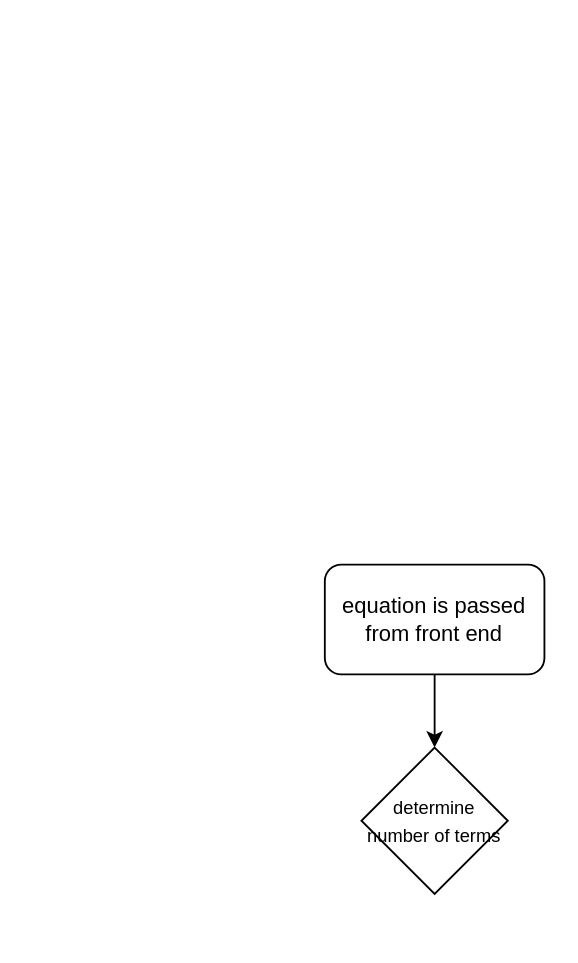
This is page "Page-1" (1 of 2) of important stuff/factoring parser logic.drawio from destroyer183/calculator-stuff, a draw.io file, before an edit. Source tidied: cells renumbered, new cells numbered last; positions are measured from the earlier drawing's top-left corner, leaving out a move shared by most shapes. Both pictures are drawn from the tidied source at 183%, with x=0, y=0 at pixel (324, 564).
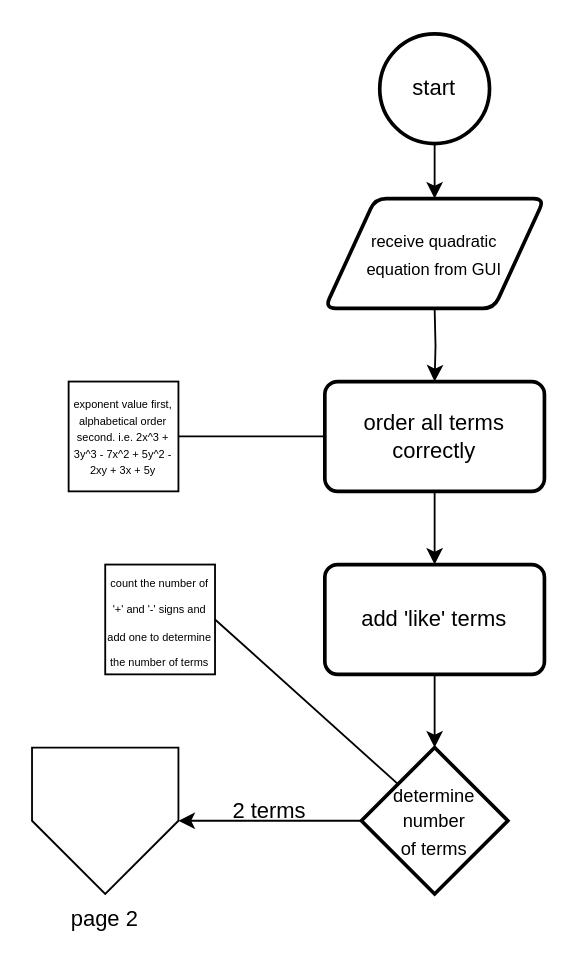
The same page after the edit.

Diff of the diagram source:
```diff
@@
-    <mxCell id="2" style="edgeStyle=orthogonalEdgeStyle;rounded=0;jettySize=auto;html=1;entryX=0.5;entryY=0;entryDx=0;entryDy=0;" parent="1" edge="1" source="3" target="4">
-      <mxGeometry relative="1" as="geometry" />
-    </mxCell>
-    <mxCell id="3" value="equation is passed from front end" style="rounded=1;whiteSpace=wrap;html=1;" parent="1" vertex="1">
-      <mxGeometry width="120" height="60" as="geometry" />
-    </mxCell>
+    <mxCell id="5" style="edgeStyle=orthogonalEdgeStyle;rounded=0;jettySize=auto;html=1;entryX=0.5;entryY=0;entryDx=0;entryDy=0;" parent="1" edge="1" source="6">
+      <mxGeometry relative="1" as="geometry">
+        <mxPoint x="60" y="-200" as="targetPoint" />
+      </mxGeometry>
+    </mxCell>
+    <mxCell id="6" value="start" style="rounded=1;whiteSpace=wrap;html=1;strokeWidth=2;shape=mxgraph.flowchart.start_2;" parent="1" vertex="1">
+      <mxGeometry x="30" y="-290" width="60" height="60" as="geometry" />
+    </mxCell>
+    <mxCell id="7" style="edgeStyle=orthogonalEdgeStyle;rounded=0;orthogonalLoop=1;jettySize=auto;html=1;" parent="1" edge="1">
+      <mxGeometry relative="1" as="geometry">
+        <mxPoint x="60" y="-140" as="sourcePoint" />
+        <mxPoint x="60" y="-100" as="targetPoint" />
+      </mxGeometry>
+    </mxCell>
+    <mxCell id="8" style="edgeStyle=orthogonalEdgeStyle;rounded=0;jettySize=auto;html=1;entryX=0.5;entryY=0;entryDx=0;entryDy=0;" parent="1" edge="1" source="9" target="11">
+      <mxGeometry relative="1" as="geometry" />
+    </mxCell>
+    <mxCell id="9" value="order all terms correctly" style="shape=label;whiteSpace=wrap;html=1;backgroundOutline=1;rounded=1;absoluteArcSize=1;arcSize=14;strokeWidth=2;" parent="1" vertex="1">
+      <mxGeometry y="-100" width="120" height="60" as="geometry" />
+    </mxCell>
+    <mxCell id="10" style="edgeStyle=orthogonalEdgeStyle;rounded=0;jettySize=auto;html=1;entryX=0.5;entryY=0;entryDx=0;entryDy=0;" parent="1" edge="1" source="11" target="4">
+      <mxGeometry relative="1" as="geometry" />
+    </mxCell>
+    <mxCell id="11" value="add 'like' terms" style="shape=label;whiteSpace=wrap;html=1;backgroundOutline=1;rounded=1;absoluteArcSize=1;arcSize=14;strokeWidth=2;" parent="1" vertex="1">
+      <mxGeometry width="120" height="60" as="geometry" />
+    </mxCell>
+    <mxCell id="12" value="&lt;p style=&quot;line-height: 60%;&quot;&gt;&lt;font style=&quot;font-size: 6px;&quot;&gt;exponent value first, alphabetical order second.&amp;nbsp;&lt;/font&gt;&lt;span style=&quot;background-color: initial; font-size: 6px;&quot;&gt;i.e. 2x^3 + 3y^3 - 7x^2 + 5y^2 - 2xy + 3x + 5y&lt;/span&gt;&lt;/p&gt;" style="whiteSpace=wrap;html=1;align=center;" parent="1" vertex="1">
+      <mxGeometry x="-140" y="-100" width="60" height="60" as="geometry" />
+    </mxCell>
+    <mxCell id="13" style="endArrow=none;html=1;rounded=0;exitX=1;exitY=0.5;exitDx=0;exitDy=0;entryX=0;entryY=0.5;entryDx=0;entryDy=0;" parent="1" edge="1" source="12" target="9">
+      <mxGeometry relative="1" as="geometry" />
+    </mxCell>
+    <mxCell id="14" style="edgeStyle=orthogonalEdgeStyle;rounded=0;jettySize=auto;html=1;entryX=1;entryY=0.5;entryDx=0;entryDy=0;" parent="1" edge="1" source="4" target="17">
+      <mxGeometry relative="1" as="geometry" />
+    </mxCell>
-    <mxCell id="4" value="&lt;font style=&quot;font-size: 10px;&quot;&gt;determine number of terms&lt;/font&gt;" style="rhombus;whiteSpace=wrap;html=1;" parent="1" vertex="1">
+    <mxCell id="4" value="&lt;font style=&quot;font-size: 10px;&quot;&gt;determine number &lt;br&gt;of terms&lt;/font&gt;" style="whiteSpace=wrap;html=1;strokeWidth=2;shape=mxgraph.flowchart.decision;" parent="1" vertex="1">
       <mxGeometry x="20" y="100" width="80" height="80" as="geometry" />
     </mxCell>
+    <mxCell id="15" value="&lt;font style=&quot;font-size: 6px;&quot;&gt;count the number of '+' and '-' signs and add one to determine the number of terms&lt;/font&gt;" style="whiteSpace=wrap;html=1;" parent="1" vertex="1">
+      <mxGeometry x="-120" width="60" height="60" as="geometry" />
+    </mxCell>
+    <mxCell id="16" style="endArrow=none;html=1;rounded=0;exitX=1;exitY=0.5;exitDx=0;exitDy=0;" parent="1" edge="1" source="15">
+      <mxGeometry relative="1" as="geometry">
+        <mxPoint x="40" y="120" as="targetPoint" />
+      </mxGeometry>
+    </mxCell>
+    <mxCell id="17" value="page 2" style="shape=offPageConnector;whiteSpace=wrap;html=1;verticalLabelPosition=bottom;verticalAlign=top;rounded=0;size=0.5;" parent="1" vertex="1">
+      <mxGeometry x="-160" y="100" width="80" height="80" as="geometry" />
+    </mxCell>
+    <mxCell id="18" value="2 terms" style="text;html=1;strokeColor=none;fillColor=none;align=center;verticalAlign=middle;whiteSpace=wrap;rounded=0;" parent="1" vertex="1">
+      <mxGeometry x="-60" y="120" width="60" height="30" as="geometry" />
+    </mxCell>
+    <mxCell id="19" value="&lt;font style=&quot;&quot;&gt;&lt;font style=&quot;font-size: 9px;&quot;&gt;receive quadratic&lt;br&gt;equation from GUI&lt;/font&gt;&lt;br&gt;&lt;/font&gt;" style="shape=parallelogram;html=1;strokeWidth=2;perimeter=parallelogramPerimeter;whiteSpace=wrap;rounded=1;arcSize=12;size=0.23;" parent="1" vertex="1">
+      <mxGeometry y="-200" width="120" height="60" as="geometry" />
+    </mxCell>
```
